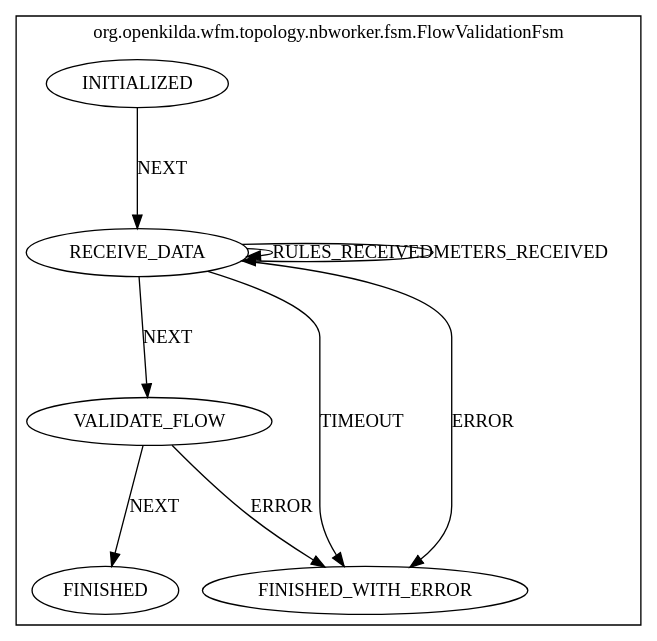
The Graphviz diagram docs/design/hub-and-spoke/flow-validate/flow-validate-fsm.png in telstra/open-kilda, before a commit. Its source is kept beside it as docs/design/hub-and-spoke/flow-validate/flow-validate-fsm.dot.
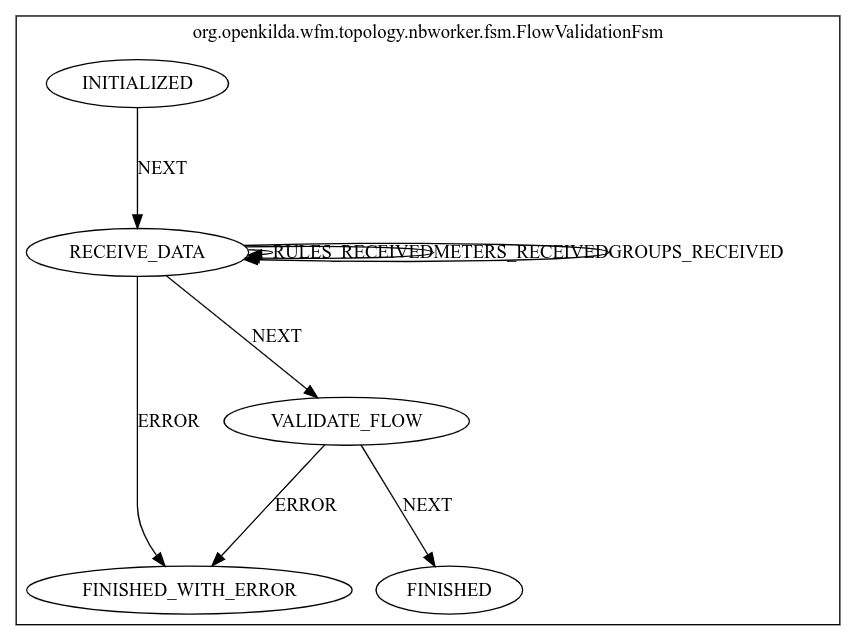
Above is the later version.

The edit, as a diff of the source:
```diff
@@ -1,18 +1,18 @@
 digraph {
-    compound=true;
-    subgraph cluster_StateMachine {
-    label="org.openkilda.wfm.topology.nbworker.fsm.FlowValidationFsm";
-    RECEIVE_DATA [label="RECEIVE_DATA"];
-    INITIALIZED [label="INITIALIZED"];
-    VALIDATE_FLOW [label="VALIDATE_FLOW"];
-    FINISHED_WITH_ERROR [label="FINISHED_WITH_ERROR"];
-    FINISHED [label="FINISHED"];
+compound=true;
+subgraph cluster_StateMachine {
+label="org.openkilda.wfm.topology.nbworker.fsm.FlowValidationFsm";
+INITIALIZED [label="INITIALIZED"];
+FINISHED [label="FINISHED"];
+FINISHED_WITH_ERROR [label="FINISHED_WITH_ERROR"];
+VALIDATE_FLOW [label="VALIDATE_FLOW"];
+RECEIVE_DATA [label="RECEIVE_DATA"];
 
-    RECEIVE_DATA -> RECEIVE_DATA [ label="RULES_RECEIVED"];
-    RECEIVE_DATA -> RECEIVE_DATA [ label="METERS_RECEIVED"];
-    RECEIVE_DATA -> FINISHED_WITH_ERROR [ label="ERROR"];
-    RECEIVE_DATA -> FINISHED_WITH_ERROR [ label="TIMEOUT"];
-    RECEIVE_DATA -> VALIDATE_FLOW [ label="NEXT"];
-    INITIALIZED -> RECEIVE_DATA [ label="NEXT"];
-    VALIDATE_FLOW -> FINISHED_WITH_ERROR [ label="ERROR"];
-    VALIDATE_FLOW -> FINISHED [ label="NEXT"];}}
+INITIALIZED -> RECEIVE_DATA [ label="NEXT"];
+VALIDATE_FLOW -> FINISHED_WITH_ERROR [ label="ERROR"];
+VALIDATE_FLOW -> FINISHED [ label="NEXT"];
+RECEIVE_DATA -> RECEIVE_DATA [ label="RULES_RECEIVED"];
+RECEIVE_DATA -> RECEIVE_DATA [ label="METERS_RECEIVED"];
+RECEIVE_DATA -> RECEIVE_DATA [ label="GROUPS_RECEIVED"];
+RECEIVE_DATA -> FINISHED_WITH_ERROR [ label="ERROR"];
+RECEIVE_DATA -> VALIDATE_FLOW [ label="NEXT"];}}
```
